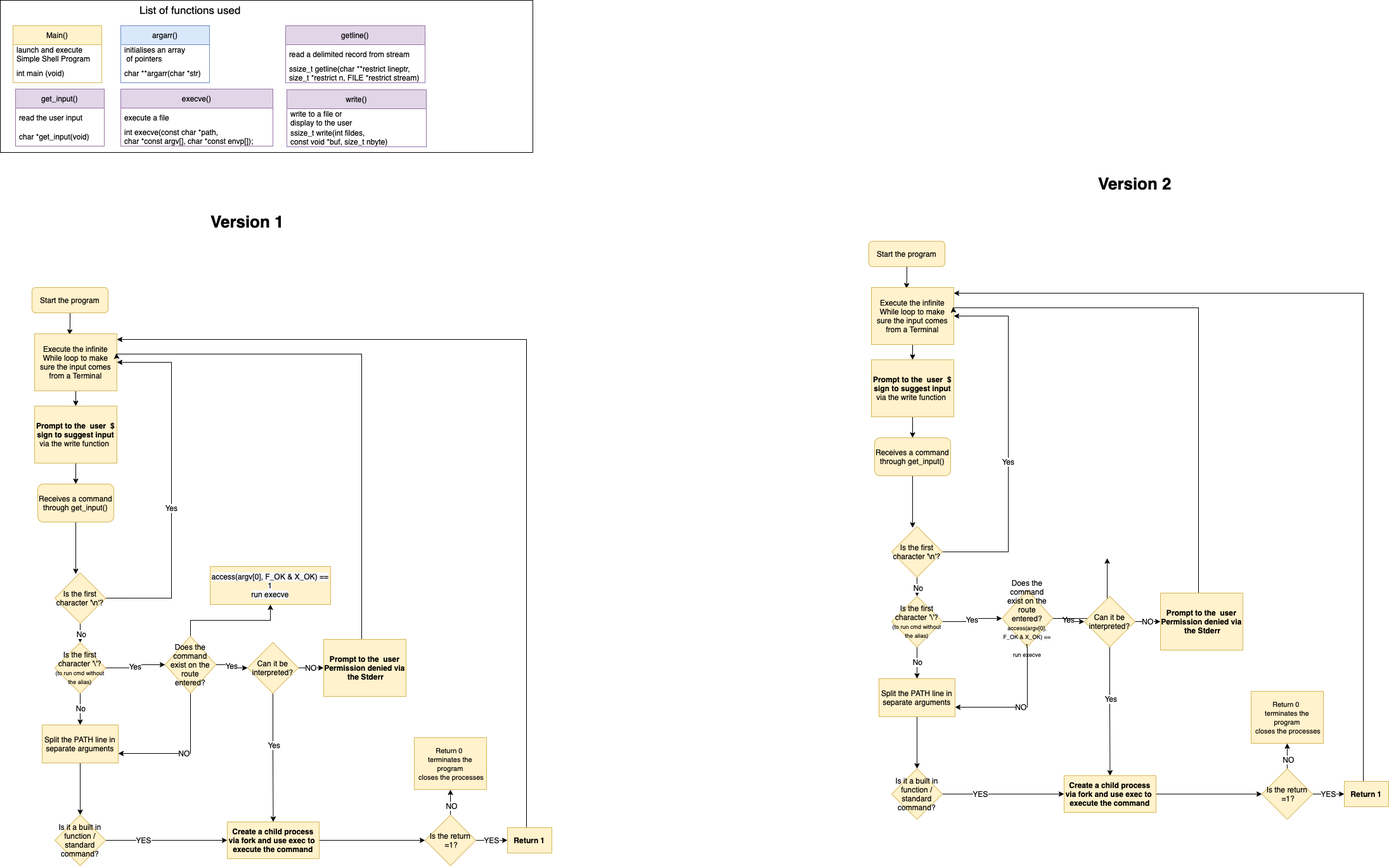
RainInApril/holbertonschool-simple_shell keeps this draw.io diagram as Simple_shell.drawio.png. Above is the earlier version. Source tidied: cells renumbered, new cells last; positions are measured from the earlier drawing's top-left corner, leaving out a move shared by most shapes.
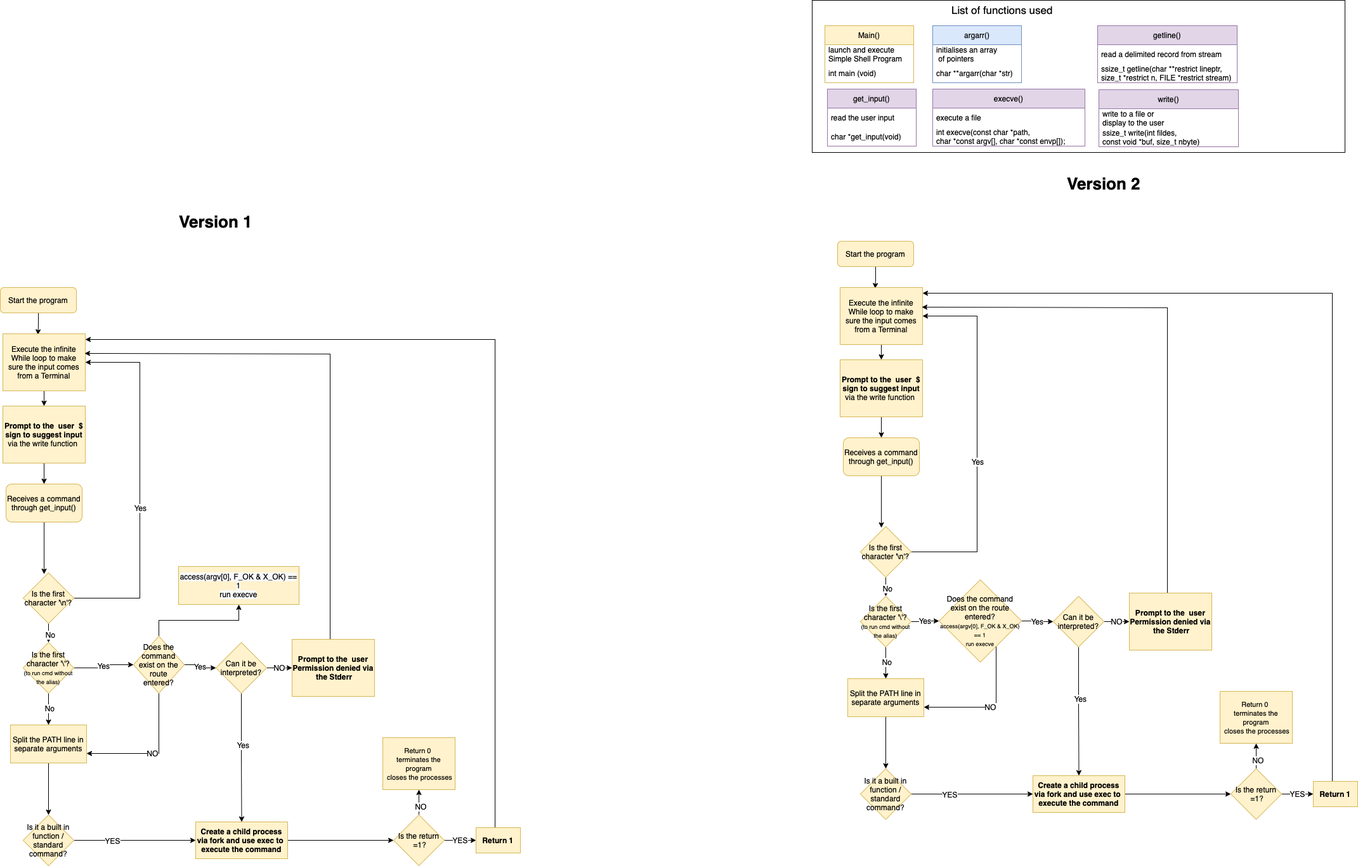
After the change.

What changed in the source:
```diff
@@ -3,7 +3,7 @@
     <mxCell id="0" />
     <mxCell id="1" parent="0" />
     <mxCell id="2" style="rounded=0;whiteSpace=wrap;html=1;fontSize=17;fillColor=none;" parent="1" vertex="1">
-      <mxGeometry width="840" height="240" as="geometry" />
+      <mxGeometry x="1330" width="840" height="240" as="geometry" />
     </mxCell>
     <mxCell id="3" style="edgeStyle=orthogonalEdgeStyle;rounded=0;jettySize=auto;html=1;entryX=0.425;entryY=0.017;entryDx=0;entryDy=0;entryPerimeter=0;" parent="1" edge="1" source="4" target="9">
       <mxGeometry relative="1" as="geometry" />
@@ -12,7 +12,7 @@
       <mxGeometry x="50" y="453" width="120" height="40" as="geometry" />
     </mxCell>
     <mxCell id="5" value="Main()" style="swimlane;fontStyle=0;horizontal=1;startSize=30;fillColor=#fff2cc;strokeColor=#d6b656;" parent="1" vertex="1">
-      <mxGeometry x="20" y="40" width="140" height="90" as="geometry" />
+      <mxGeometry x="1350" y="40" width="140" height="90" as="geometry" />
     </mxCell>
     <mxCell id="6" value="launch and execute &#10;Simple Shell Program" style="text;strokeColor=none;fillColor=none;align=left;verticalAlign=middle;spacingLeft=4;spacingRight=4;overflow=hidden;" parent="5" vertex="1">
       <mxGeometry y="30" width="140" height="30" as="geometry" />
@@ -33,7 +33,7 @@
       <mxGeometry x="54" y="640" width="130" height="90" as="geometry" />
     </mxCell>
     <mxCell id="12" value="get_input()" style="swimlane;fontStyle=0;horizontal=1;startSize=30;fillColor=#e1d5e7;strokeColor=#9673a6;" parent="1" vertex="1">
-      <mxGeometry x="24" y="140" width="140" height="90" as="geometry" />
+      <mxGeometry x="1354" y="140" width="140" height="90" as="geometry" />
     </mxCell>
     <mxCell id="13" value="read the user input" style="text;strokeColor=none;fillColor=none;align=left;verticalAlign=middle;spacingLeft=4;spacingRight=4;overflow=hidden;" parent="12" vertex="1">
       <mxGeometry y="30" width="140" height="30" as="geometry" />
@@ -42,7 +42,7 @@
       <mxGeometry y="60" width="140" height="30" as="geometry" />
     </mxCell>
     <mxCell id="15" value="List of functions used" style="text;html=1;strokeColor=none;fillColor=none;align=center;verticalAlign=middle;whiteSpace=wrap;rounded=0;fontSize=17;" parent="1" vertex="1">
-      <mxGeometry x="150" width="300" height="30" as="geometry" />
+      <mxGeometry x="1480" width="300" height="30" as="geometry" />
     </mxCell>
     <mxCell id="16" style="edgeStyle=orthogonalEdgeStyle;rounded=0;jettySize=auto;html=1;entryX=0.413;entryY=0.025;entryDx=0;entryDy=0;entryPerimeter=0;fontFamily=Helvetica;fontSize=12;" parent="1" edge="1" source="17" target="34">
       <mxGeometry relative="1" as="geometry" />
@@ -51,7 +51,7 @@
       <mxGeometry x="59" y="763" width="120" height="60" as="geometry" />
     </mxCell>
     <mxCell id="18" value="argarr()" style="swimlane;fontStyle=0;horizontal=1;startSize=30;fillColor=#dae8fc;strokeColor=#6c8ebf;" parent="1" vertex="1">
-      <mxGeometry x="190" y="40" width="140" height="90" as="geometry" />
+      <mxGeometry x="1520" y="40" width="140" height="90" as="geometry" />
     </mxCell>
     <mxCell id="19" value="initialises an array&#10; of pointers" style="text;strokeColor=none;fillColor=none;align=left;verticalAlign=middle;spacingLeft=4;spacingRight=4;overflow=hidden;" parent="18" vertex="1">
       <mxGeometry y="30" width="140" height="30" as="geometry" />
@@ -60,7 +60,7 @@
       <mxGeometry y="60" width="140" height="30" as="geometry" />
     </mxCell>
     <mxCell id="21" value="execve()" style="swimlane;fontStyle=0;horizontal=1;startSize=30;fillColor=#e1d5e7;strokeColor=#9673a6;" parent="1" vertex="1">
-      <mxGeometry x="190" y="140" width="240" height="90" as="geometry" />
+      <mxGeometry x="1520" y="140" width="240" height="90" as="geometry" />
     </mxCell>
     <mxCell id="22" value="execute a file" style="text;strokeColor=none;fillColor=none;align=left;verticalAlign=middle;spacingLeft=4;spacingRight=4;overflow=hidden;" parent="21" vertex="1">
       <mxGeometry y="30" width="240" height="30" as="geometry" />
@@ -69,7 +69,7 @@
       <mxGeometry y="60" width="240" height="30" as="geometry" />
     </mxCell>
     <mxCell id="24" value="getline()" style="swimlane;fontStyle=0;horizontal=1;startSize=30;fillColor=#e1d5e7;strokeColor=#9673a6;" parent="1" vertex="1">
-      <mxGeometry x="450" y="40" width="220" height="90" as="geometry" />
+      <mxGeometry x="1780" y="40" width="220" height="90" as="geometry" />
     </mxCell>
     <mxCell id="25" value="read a delimited record from stream" style="text;strokeColor=none;fillColor=none;align=left;verticalAlign=middle;spacingLeft=4;spacingRight=4;overflow=hidden;fontFamily=Helvetica;" parent="24" vertex="1">
       <mxGeometry y="30" width="220" height="30" as="geometry" />
@@ -78,7 +78,7 @@
       <mxGeometry y="60" width="220" height="30" as="geometry" />
     </mxCell>
     <mxCell id="27" value="write()" style="swimlane;fontStyle=0;horizontal=1;startSize=30;fillColor=#e1d5e7;strokeColor=#9673a6;" parent="1" vertex="1">
-      <mxGeometry x="452" y="141" width="220" height="90" as="geometry" />
+      <mxGeometry x="1782" y="141" width="220" height="90" as="geometry" />
     </mxCell>
     <mxCell id="28" value="write to a file or&#10;display to the user" style="text;strokeColor=none;fillColor=none;align=left;verticalAlign=middle;spacingLeft=4;spacingRight=4;overflow=hidden;" parent="27" vertex="1">
       <mxGeometry y="30" width="220" height="30" as="geometry" />
@@ -271,13 +271,8 @@
         </Array>
       </mxGeometry>
     </mxCell>
-    <mxCell id="83" style="edgeStyle=orthogonalEdgeStyle;rounded=0;jettySize=auto;html=1;" parent="1" edge="1" source="84">
-      <mxGeometry relative="1" as="geometry">
-        <mxPoint x="1746" y="880" as="targetPoint" />
-      </mxGeometry>
-    </mxCell>
     <mxCell id="84" value="Does the command exist on the route entered?&lt;br&gt;&lt;font style=&quot;font-size: 9px;&quot;&gt;access(argv[0], F_OK &amp;amp; X_OK) == 1&lt;br&gt;run execve&lt;/font&gt;" style="rhombus;whiteSpace=wrap;html=1;fontFamily=Helvetica;fontSize=12;fillColor=#fff2cc;strokeColor=#d6b656;" parent="1" vertex="1">
-      <mxGeometry x="1580" y="930" width="80" height="90" as="geometry" />
+      <mxGeometry x="1530" y="914" width="130" height="130" as="geometry" />
     </mxCell>
     <mxCell id="85" style="edgeStyle=orthogonalEdgeStyle;rounded=0;jettySize=auto;html=1;entryX=0.5;entryY=0;entryDx=0;entryDy=0;fontFamily=Helvetica;fontSize=12;" parent="1" edge="1" source="86" target="97">
       <mxGeometry relative="1" as="geometry" />
```
